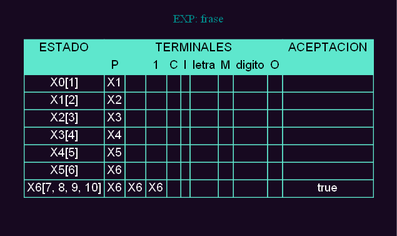
The Graphviz diagram ExRegan1/REPORTES/TRANSICIONES_202100953/Tabla_transiciones_frase.png in Damaris-Muralles/OLC_ExRegan, before a commit. Its source is kept beside it as ExRegan1/REPORTES/TRANSICIONES_202100953/Tabla_transiciones_frase.dot. Source of this version:
```dot
digraph G {

    fontcolor="cyan4"
    bgcolor="#170920"
    node [fontname="Helvetica,Arial,sans-serif", shape=none, ordering="in"]
    label=" "

    subgraph cluster01{
        color="#170920"
        label="EXP: frase"
        n0 [label = <
                <table border="0" cellspacing="0" cellborder="1" color="#5ee7cd">
                    <tr>
                    <td  align="center" bgcolor="#5ee7cd"><font color="black"> ESTADO </font></td>
                    <td  colspan="9" align="center" bgcolor="#5ee7cd"><font color="black"> TERMINALES </font></td>
                    <td  align="center" bgcolor="#5ee7cd"><font color="black"> ACEPTACION </font></td>
                    </tr>
                    <tr>
                    <td  align="center" bgcolor="#5ee7cd"><font color="black">  </font></td>
                    <td  align="center" bgcolor="#5ee7cd"><font color="black">P</font></td>
                    <td  align="center" bgcolor="#5ee7cd"><font color="black"> </font></td>
                    <td  align="center" bgcolor="#5ee7cd"><font color="black">1</font></td>
                    <td  align="center" bgcolor="#5ee7cd"><font color="black">C</font></td>
                    <td  align="center" bgcolor="#5ee7cd"><font color="black">I</font></td>
                    <td  align="center" bgcolor="#5ee7cd"><font color="black">letra</font></td>
                    <td  align="center" bgcolor="#5ee7cd"><font color="black">M</font></td>
                    <td  align="center" bgcolor="#5ee7cd"><font color="black">digito</font></td>
                    <td  align="center" bgcolor="#5ee7cd"><font color="black">O</font></td>
                    <td  align="center" bgcolor="#5ee7cd"><font color="black">  </font></td>
                    </tr>
<tr>
                    <td><font color="white" align="center">X0[1]</font></td>
                    <td align="center"><font color="white">X1</font></td>
                    <td align="center"><font color="white"> </font></td>
                    <td align="center"><font color="white"> </font></td>
                    <td align="center"><font color="white"> </font></td>
                    <td align="center"><font color="white"> </font></td>
                    <td align="center"><font color="white"> </font></td>
                    <td align="center"><font color="white"> </font></td>
                    <td align="center"><font color="white"> </font></td>
                    <td align="center"><font color="white"> </font></td>
                    <td ><font color="white" align="center"> </font></td>
                    </tr><tr>
                    <td><font color="white" align="center">X1[2]</font></td>
                    <td align="center"><font color="white">X2</font></td>
                    <td align="center"><font color="white"> </font></td>
                    <td align="center"><font color="white"> </font></td>
                    <td align="center"><font color="white"> </font></td>
                    <td align="center"><font color="white"> </font></td>
                    <td align="center"><font color="white"> </font></td>
                    <td align="center"><font color="white"> </font></td>
                    <td align="center"><font color="white"> </font></td>
                    <td align="center"><font color="white"> </font></td>
                    <td ><font color="white" align="center"> </font></td>
                    </tr><tr>
                    <td><font color="white" align="center">X2[3]</font></td>
                    <td align="center"><font color="white">X3</font></td>
                    <td align="center"><font color="white"> </font></td>
                    <td align="center"><font color="white"> </font></td>
                    <td align="center"><font color="white"> </font></td>
                    <td align="center"><font color="white"> </font></td>
                    <td align="center"><font color="white"> </font></td>
                    <td align="center"><font color="white"> </font></td>
                    <td align="center"><font color="white"> </font></td>
                    <td align="center"><font color="white"> </font></td>
                    <td ><font color="white" align="center"> </font></td>
                    </tr><tr>
                    <td><font color="white" align="center">X3[4]</font></td>
                    <td align="center"><font color="white">X4</font></td>
                    <td align="center"><font color="white"> </font></td>
                    <td align="center"><font color="white"> </font></td>
                    <td align="center"><font color="white"> </font></td>
                    <td align="center"><font color="white"> </font></td>
                    <td align="center"><font color="white"> </font></td>
                    <td align="center"><font color="white"> </font></td>
                    <td align="center"><font color="white"> </font></td>
                    <td align="center"><font color="white"> </font></td>
                    <td ><font color="white" align="center"> </font></td>
                    </tr><tr>
                    <td><font color="white" align="center">X4[5]</font></td>
                    <td align="center"><font color="white">X5</font></td>
                    <td align="center"><font color="white"> </font></td>
                    <td align="center"><font color="white"> </font></td>
                    <td align="center"><font color="white"> </font></td>
                    <td align="center"><font color="white"> </font></td>
                    <td align="center"><font color="white"> </font></td>
                    <td align="center"><font color="white"> </font></td>
                    <td align="center"><font color="white"> </font></td>
                    <td align="center"><font color="white"> </font></td>
                    <td ><font color="white" align="center"> </font></td>
                    </tr><tr>
                    <td><font color="white" align="center">X5[6]</font></td>
                    <td align="center"><font color="white">X6</font></td>
                    <td align="center"><font color="white"> </font></td>
                    <td align="center"><font color="white"> </font></td>
                    <td align="center"><font color="white"> </font></td>
                    <td align="center"><font color="white"> </font></td>
                    <td align="center"><font color="white"> </font></td>
                    <td align="center"><font color="white"> </font></td>
                    <td align="center"><font color="white"> </font></td>
                    <td align="center"><font color="white"> </font></td>
                    <td ><font color="white" align="center"> </font></td>
                    </tr><tr>
                    <td><font color="white" align="center">X6[7, 8, 9, 10]</font></td>
                    <td align="center"><font color="white">X6</font></td>
                    <td align="center"><font color="white">X6</font></td>
                    <td align="center"><font color="white">X6</font></td>
                    <td align="center"><font color="white"> </font></td>
                    <td align="center"><font color="white"> </font></td>
                    <td align="center"><font color="white"> </font></td>
                    <td align="center"><font color="white"> </font></td>
                    <td align="center"><font color="white"> </font></td>
                    <td align="center"><font color="white"> </font></td>
                    <td ><font color="white" align="center">true</font></td>
                    </tr>                </table>
        > ] ;
    }
}
```
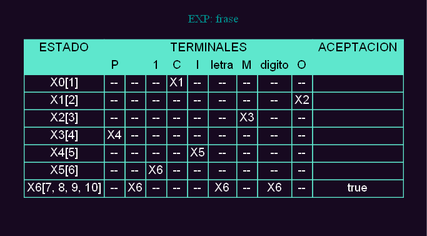
Above is the later version.

Diff of the diagram source:
```diff
@@ -30,87 +30,87 @@
                     </tr>
 <tr>
                     <td><font color="white" align="center">X0[1]</font></td>
+                    <td align="center"><font color="white"> -- </font></td>
+                    <td align="center"><font color="white"> -- </font></td>
+                    <td align="center"><font color="white"> -- </font></td>
                     <td align="center"><font color="white">X1</font></td>
-                    <td align="center"><font color="white"> </font></td>
-                    <td align="center"><font color="white"> </font></td>
-                    <td align="center"><font color="white"> </font></td>
-                    <td align="center"><font color="white"> </font></td>
-                    <td align="center"><font color="white"> </font></td>
-                    <td align="center"><font color="white"> </font></td>
-                    <td align="center"><font color="white"> </font></td>
-                    <td align="center"><font color="white"> </font></td>
+                    <td align="center"><font color="white"> -- </font></td>
+                    <td align="center"><font color="white"> -- </font></td>
+                    <td align="center"><font color="white"> -- </font></td>
+                    <td align="center"><font color="white"> -- </font></td>
+                    <td align="center"><font color="white"> -- </font></td>
                     <td ><font color="white" align="center"> </font></td>
                     </tr><tr>
                     <td><font color="white" align="center">X1[2]</font></td>
+                    <td align="center"><font color="white"> -- </font></td>
+                    <td align="center"><font color="white"> -- </font></td>
+                    <td align="center"><font color="white"> -- </font></td>
+                    <td align="center"><font color="white"> -- </font></td>
+                    <td align="center"><font color="white"> -- </font></td>
+                    <td align="center"><font color="white"> -- </font></td>
+                    <td align="center"><font color="white"> -- </font></td>
+                    <td align="center"><font color="white"> -- </font></td>
                     <td align="center"><font color="white">X2</font></td>
-                    <td align="center"><font color="white"> </font></td>
-                    <td align="center"><font color="white"> </font></td>
-                    <td align="center"><font color="white"> </font></td>
-                    <td align="center"><font color="white"> </font></td>
-                    <td align="center"><font color="white"> </font></td>
-                    <td align="center"><font color="white"> </font></td>
-                    <td align="center"><font color="white"> </font></td>
-                    <td align="center"><font color="white"> </font></td>
                     <td ><font color="white" align="center"> </font></td>
                     </tr><tr>
                     <td><font color="white" align="center">X2[3]</font></td>
+                    <td align="center"><font color="white"> -- </font></td>
+                    <td align="center"><font color="white"> -- </font></td>
+                    <td align="center"><font color="white"> -- </font></td>
+                    <td align="center"><font color="white"> -- </font></td>
+                    <td align="center"><font color="white"> -- </font></td>
+                    <td align="center"><font color="white"> -- </font></td>
                     <td align="center"><font color="white">X3</font></td>
-                    <td align="center"><font color="white"> </font></td>
-                    <td align="center"><font color="white"> </font></td>
-                    <td align="center"><font color="white"> </font></td>
-                    <td align="center"><font color="white"> </font></td>
-                    <td align="center"><font color="white"> </font></td>
-                    <td align="center"><font color="white"> </font></td>
-                    <td align="center"><font color="white"> </font></td>
-                    <td align="center"><font color="white"> </font></td>
+                    <td align="center"><font color="white"> -- </font></td>
+                    <td align="center"><font color="white"> -- </font></td>
                     <td ><font color="white" align="center"> </font></td>
                     </tr><tr>
                     <td><font color="white" align="center">X3[4]</font></td>
                     <td align="center"><font color="white">X4</font></td>
-                    <td align="center"><font color="white"> </font></td>
-                    <td align="center"><font color="white"> </font></td>
-                    <td align="center"><font color="white"> </font></td>
-                    <td align="center"><font color="white"> </font></td>
-                    <td align="center"><font color="white"> </font></td>
-                    <td align="center"><font color="white"> </font></td>
-                    <td align="center"><font color="white"> </font></td>
-                    <td align="center"><font color="white"> </font></td>
+                    <td align="center"><font color="white"> -- </font></td>
+                    <td align="center"><font color="white"> -- </font></td>
+                    <td align="center"><font color="white"> -- </font></td>
+                    <td align="center"><font color="white"> -- </font></td>
+                    <td align="center"><font color="white"> -- </font></td>
+                    <td align="center"><font color="white"> -- </font></td>
+                    <td align="center"><font color="white"> -- </font></td>
+                    <td align="center"><font color="white"> -- </font></td>
                     <td ><font color="white" align="center"> </font></td>
                     </tr><tr>
                     <td><font color="white" align="center">X4[5]</font></td>
+                    <td align="center"><font color="white"> -- </font></td>
+                    <td align="center"><font color="white"> -- </font></td>
+                    <td align="center"><font color="white"> -- </font></td>
+                    <td align="center"><font color="white"> -- </font></td>
                     <td align="center"><font color="white">X5</font></td>
-                    <td align="center"><font color="white"> </font></td>
-                    <td align="center"><font color="white"> </font></td>
-                    <td align="center"><font color="white"> </font></td>
-                    <td align="center"><font color="white"> </font></td>
-                    <td align="center"><font color="white"> </font></td>
-                    <td align="center"><font color="white"> </font></td>
-                    <td align="center"><font color="white"> </font></td>
-                    <td align="center"><font color="white"> </font></td>
+                    <td align="center"><font color="white"> -- </font></td>
+                    <td align="center"><font color="white"> -- </font></td>
+                    <td align="center"><font color="white"> -- </font></td>
+                    <td align="center"><font color="white"> -- </font></td>
                     <td ><font color="white" align="center"> </font></td>
                     </tr><tr>
                     <td><font color="white" align="center">X5[6]</font></td>
+                    <td align="center"><font color="white"> -- </font></td>
+                    <td align="center"><font color="white"> -- </font></td>
                     <td align="center"><font color="white">X6</font></td>
-                    <td align="center"><font color="white"> </font></td>
-                    <td align="center"><font color="white"> </font></td>
-                    <td align="center"><font color="white"> </font></td>
-                    <td align="center"><font color="white"> </font></td>
-                    <td align="center"><font color="white"> </font></td>
-                    <td align="center"><font color="white"> </font></td>
-                    <td align="center"><font color="white"> </font></td>
-                    <td align="center"><font color="white"> </font></td>
+                    <td align="center"><font color="white"> -- </font></td>
+                    <td align="center"><font color="white"> -- </font></td>
+                    <td align="center"><font color="white"> -- </font></td>
+                    <td align="center"><font color="white"> -- </font></td>
+                    <td align="center"><font color="white"> -- </font></td>
+                    <td align="center"><font color="white"> -- </font></td>
                     <td ><font color="white" align="center"> </font></td>
                     </tr><tr>
                     <td><font color="white" align="center">X6[7, 8, 9, 10]</font></td>
+                    <td align="center"><font color="white"> -- </font></td>
                     <td align="center"><font color="white">X6</font></td>
+                    <td align="center"><font color="white"> -- </font></td>
+                    <td align="center"><font color="white"> -- </font></td>
+                    <td align="center"><font color="white"> -- </font></td>
                     <td align="center"><font color="white">X6</font></td>
+                    <td align="center"><font color="white"> -- </font></td>
                     <td align="center"><font color="white">X6</font></td>
-                    <td align="center"><font color="white"> </font></td>
-                    <td align="center"><font color="white"> </font></td>
-                    <td align="center"><font color="white"> </font></td>
-                    <td align="center"><font color="white"> </font></td>
-                    <td align="center"><font color="white"> </font></td>
-                    <td align="center"><font color="white"> </font></td>
+                    <td align="center"><font color="white"> -- </font></td>
                     <td ><font color="white" align="center">true</font></td>
                     </tr>                </table>
         > ] ;
```
